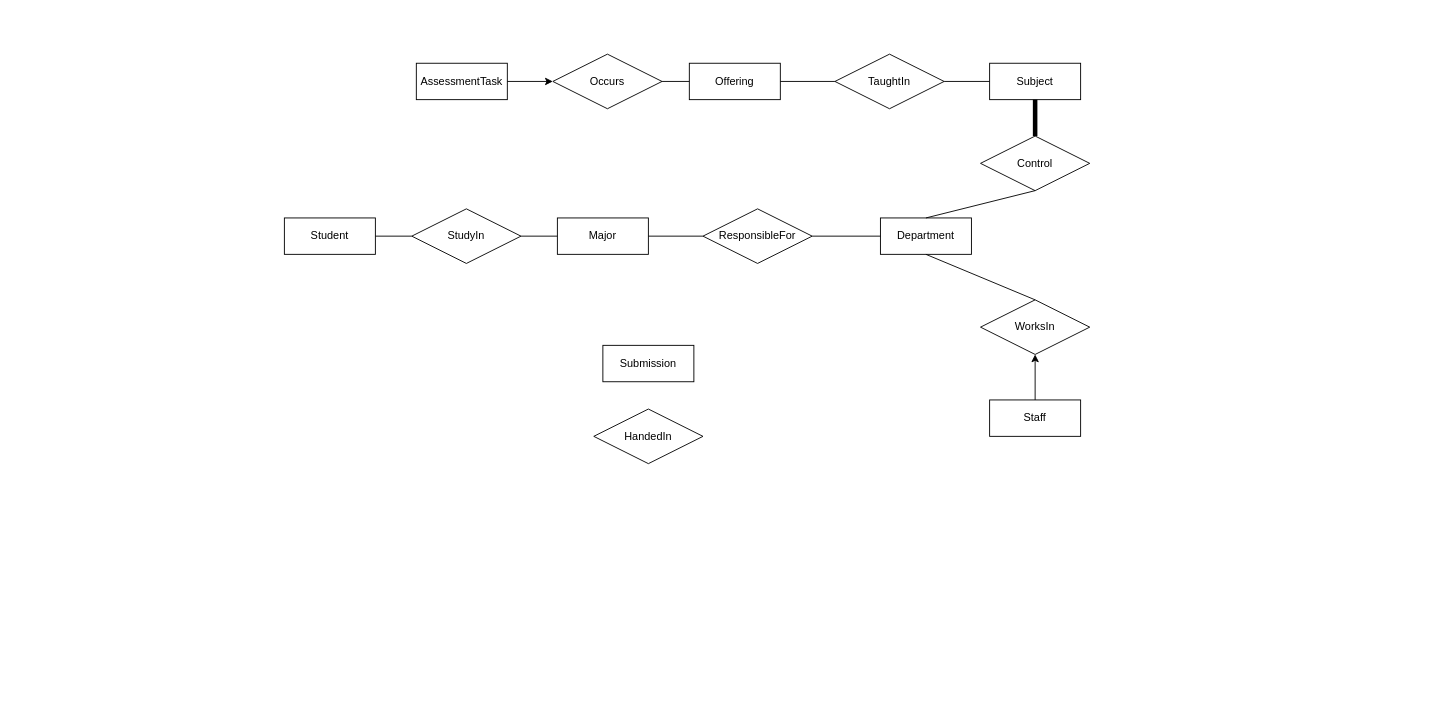
Earlier version of the draw.io diagram isys2120a2.drawio (NguyenChHieu/graphs). Source tidied: cells renumbered, new cells numbered last; positions are measured from the earlier drawing's top-left corner, leaving out a move shared by most shapes. Both pictures are drawn from the tidied source at 91%, with x=0, y=0 at pixel (284, 54).
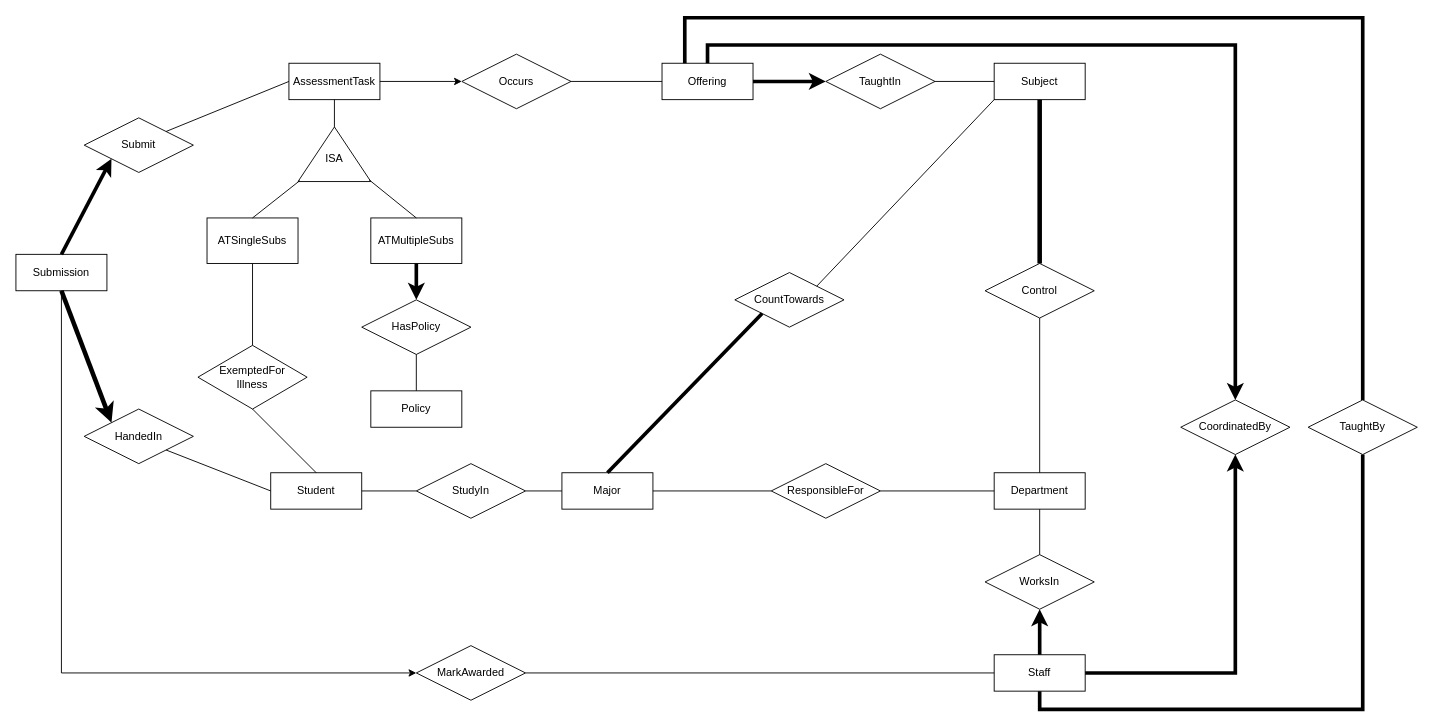
Above is the later version.

Change to the diagram source:
```diff
@@
     <mxCell id="2" value="Submission" style="whiteSpace=wrap;html=1;align=center;" parent="1" vertex="1">
-      <mxGeometry x="350" y="320" width="100" height="40" as="geometry" />
+      <mxGeometry x="-295" y="220" width="100" height="40" as="geometry" />
     </mxCell>
     <mxCell id="3" value="Student" style="whiteSpace=wrap;html=1;align=center;" parent="1" vertex="1">
-      <mxGeometry y="180" width="100" height="40" as="geometry" />
+      <mxGeometry x="-15" y="460" width="100" height="40" as="geometry" />
     </mxCell>
     <mxCell id="4" value="Staff" style="whiteSpace=wrap;html=1;align=center;" parent="1" vertex="1">
-      <mxGeometry x="775" y="380" width="100" height="40" as="geometry" />
+      <mxGeometry x="780" y="660" width="100" height="40" as="geometry" />
     </mxCell>
     <mxCell id="5" value="Offering" style="whiteSpace=wrap;html=1;align=center;" parent="1" vertex="1">
-      <mxGeometry x="445" y="10" width="100" height="40" as="geometry" />
+      <mxGeometry x="415" y="10" width="100" height="40" as="geometry" />
     </mxCell>
     <mxCell id="6" value="AssessmentTask" style="whiteSpace=wrap;html=1;align=center;" parent="1" vertex="1">
-      <mxGeometry x="145" y="10" width="100" height="40" as="geometry" />
+      <mxGeometry x="5" y="10" width="100" height="40" as="geometry" />
     </mxCell>
     <mxCell id="7" value="Subject" style="whiteSpace=wrap;html=1;align=center;" parent="1" vertex="1">
-      <mxGeometry x="775" y="10" width="100" height="40" as="geometry" />
+      <mxGeometry x="780" y="10" width="100" height="40" as="geometry" />
     </mxCell>
     <mxCell id="8" value="Department" style="whiteSpace=wrap;html=1;align=center;" parent="1" vertex="1">
-      <mxGeometry x="655" y="180" width="100" height="40" as="geometry" />
+      <mxGeometry x="780" y="460" width="100" height="40" as="geometry" />
     </mxCell>
     <mxCell id="9" value="Major" style="whiteSpace=wrap;html=1;align=center;" parent="1" vertex="1">
-      <mxGeometry x="300" y="180" width="100" height="40" as="geometry" />
+      <mxGeometry x="305" y="460" width="100" height="40" as="geometry" />
     </mxCell>
     <mxCell id="10" value="StudyIn" style="shape=rhombus;perimeter=rhombusPerimeter;whiteSpace=wrap;html=1;align=center;" parent="1" vertex="1">
-      <mxGeometry x="140" y="170" width="120" height="60" as="geometry" />
+      <mxGeometry x="145" y="450" width="120" height="60" as="geometry" />
     </mxCell>
@@
     <mxCell id="13" value="WorksIn" style="shape=rhombus;perimeter=rhombusPerimeter;whiteSpace=wrap;html=1;align=center;" parent="1" vertex="1">
-      <mxGeometry x="765" y="270" width="120" height="60" as="geometry" />
+      <mxGeometry x="770" y="550" width="120" height="60" as="geometry" />
     </mxCell>
@@
-    <mxCell id="15" style="endArrow=classic;html=1;rounded=0;entryX=0.5;entryY=1;entryDx=0;entryDy=0;exitX=0.5;exitY=0;exitDx=0;exitDy=0;" parent="1" edge="1" source="4" target="13">
+    <mxCell id="15" style="endArrow=classic;html=1;rounded=0;entryX=0.5;entryY=1;entryDx=0;entryDy=0;exitX=0.5;exitY=0;exitDx=0;exitDy=0;strokeWidth=4;" parent="1" edge="1" source="4" target="13">
       <mxGeometry relative="1" as="geometry" />
     </mxCell>
     <mxCell id="16" value="Control" style="shape=rhombus;perimeter=rhombusPerimeter;whiteSpace=wrap;html=1;align=center;" parent="1" vertex="1">
-      <mxGeometry x="765" y="90" width="120" height="60" as="geometry" />
+      <mxGeometry x="770" y="230" width="120" height="60" as="geometry" />
     </mxCell>
@@
     <mxCell id="19" value="HandedIn" style="shape=rhombus;perimeter=rhombusPerimeter;whiteSpace=wrap;html=1;align=center;" parent="1" vertex="1">
-      <mxGeometry x="340" y="390" width="120" height="60" as="geometry" />
+      <mxGeometry x="-220" y="390" width="120" height="60" as="geometry" />
     </mxCell>
     <mxCell id="20" value="Occurs" style="shape=rhombus;perimeter=rhombusPerimeter;whiteSpace=wrap;html=1;align=center;" parent="1" vertex="1">
-      <mxGeometry x="295" width="120" height="60" as="geometry" />
+      <mxGeometry x="195" width="120" height="60" as="geometry" />
     </mxCell>
@@
     <mxCell id="22" value="TaughtIn" style="shape=rhombus;perimeter=rhombusPerimeter;whiteSpace=wrap;html=1;align=center;" parent="1" vertex="1">
-      <mxGeometry x="605" width="120" height="60" as="geometry" />
+      <mxGeometry x="595" width="120" height="60" as="geometry" />
     </mxCell>
@@
-    <mxCell id="25" style="endArrow=none;html=1;rounded=0;exitX=1;exitY=0.5;exitDx=0;exitDy=0;entryX=0;entryY=0.5;entryDx=0;entryDy=0;" parent="1" edge="1" source="5" target="22">
-      <mxGeometry relative="1" as="geometry" />
-    </mxCell>
     <mxCell id="26" value="ResponsibleFor" style="shape=rhombus;perimeter=rhombusPerimeter;whiteSpace=wrap;html=1;align=center;" parent="1" vertex="1">
-      <mxGeometry x="460" y="170" width="120" height="60" as="geometry" />
+      <mxGeometry x="535" y="450" width="120" height="60" as="geometry" />
     </mxCell>
@@
+    <mxCell id="25" style="endArrow=classic;html=1;rounded=0;entryX=0;entryY=0.5;entryDx=0;entryDy=0;exitX=1;exitY=0.5;exitDx=0;exitDy=0;strokeWidth=4;" parent="1" edge="1" source="5" target="22">
+      <mxGeometry relative="1" as="geometry" />
+    </mxCell>
+    <mxCell id="29" value="ATSingleSubs" style="rounded=0;whiteSpace=wrap;html=1;" parent="1" vertex="1">
+      <mxGeometry x="-85" y="180" width="100" height="50" as="geometry" />
+    </mxCell>
+    <mxCell id="30" value="ATMultipleSubs" style="rounded=0;whiteSpace=wrap;html=1;" parent="1" vertex="1">
+      <mxGeometry x="95" y="180" width="100" height="50" as="geometry" />
+    </mxCell>
+    <mxCell id="31" style="triangle;whiteSpace=wrap;html=1;rotation=-90;" parent="1" vertex="1">
+      <mxGeometry x="25" y="70" width="60" height="80" as="geometry" />
+    </mxCell>
+    <mxCell id="32" value="ISA" style="text;html=1;align=center;verticalAlign=middle;whiteSpace=wrap;rounded=0;" parent="1" vertex="1">
+      <mxGeometry x="25" y="100" width="60" height="30" as="geometry" />
+    </mxCell>
+    <mxCell id="33" style="endArrow=none;html=1;rounded=0;exitX=0.5;exitY=0;exitDx=0;exitDy=0;entryX=0.017;entryY=0.025;entryDx=0;entryDy=0;entryPerimeter=0;" parent="1" edge="1" source="29" target="31">
+      <mxGeometry relative="1" as="geometry" />
+    </mxCell>
+    <mxCell id="34" style="endArrow=none;html=1;rounded=0;exitX=0.5;exitY=0;exitDx=0;exitDy=0;entryX=0.033;entryY=0.975;entryDx=0;entryDy=0;entryPerimeter=0;" parent="1" edge="1" source="30" target="31">
+      <mxGeometry relative="1" as="geometry" />
+    </mxCell>
+    <mxCell id="35" style="endArrow=none;html=1;rounded=0;exitX=1;exitY=0.5;exitDx=0;exitDy=0;entryX=0.5;entryY=1;entryDx=0;entryDy=0;" parent="1" edge="1" source="31" target="6">
+      <mxGeometry relative="1" as="geometry" />
+    </mxCell>
+    <mxCell id="36" value="Submit" style="shape=rhombus;perimeter=rhombusPerimeter;whiteSpace=wrap;html=1;align=center;" parent="1" vertex="1">
+      <mxGeometry x="-220" y="70" width="120" height="60" as="geometry" />
+    </mxCell>
+    <mxCell id="37" style="endArrow=none;html=1;rounded=0;exitX=1;exitY=0;exitDx=0;exitDy=0;entryX=0;entryY=0.5;entryDx=0;entryDy=0;" parent="1" edge="1" source="36" target="6">
+      <mxGeometry relative="1" as="geometry" />
+    </mxCell>
+    <mxCell id="38" style="endArrow=classic;html=1;rounded=0;exitX=0.5;exitY=0;exitDx=0;exitDy=0;entryX=0;entryY=1;entryDx=0;entryDy=0;strokeWidth=4;" parent="1" edge="1" source="2" target="36">
+      <mxGeometry relative="1" as="geometry" />
+    </mxCell>
+    <mxCell id="39" style="endArrow=none;html=1;rounded=0;exitX=1;exitY=1;exitDx=0;exitDy=0;entryX=0;entryY=0.5;entryDx=0;entryDy=0;" parent="1" edge="1" source="19" target="3">
+      <mxGeometry relative="1" as="geometry" />
+    </mxCell>
+    <mxCell id="40" style="endArrow=classic;html=1;rounded=0;exitX=0.5;exitY=1;exitDx=0;exitDy=0;entryX=0;entryY=0;entryDx=0;entryDy=0;strokeWidth=5;" parent="1" edge="1" source="2" target="19">
+      <mxGeometry relative="1" as="geometry" />
+    </mxCell>
+    <mxCell id="41" value="MarkAwarded" style="shape=rhombus;perimeter=rhombusPerimeter;whiteSpace=wrap;html=1;align=center;" parent="1" vertex="1">
+      <mxGeometry x="145" y="650" width="120" height="60" as="geometry" />
+    </mxCell>
+    <mxCell id="42" style="endArrow=classic;html=1;rounded=0;exitX=0.5;exitY=1;exitDx=0;exitDy=0;entryX=0;entryY=0.5;entryDx=0;entryDy=0;" parent="1" edge="1" source="2" target="41">
+      <mxGeometry relative="1" as="geometry">
+        <Array as="points">
+          <mxPoint x="-245" y="680" />
+        </Array>
+      </mxGeometry>
+    </mxCell>
+    <mxCell id="43" style="endArrow=none;html=1;rounded=0;exitX=1;exitY=0.5;exitDx=0;exitDy=0;entryX=0;entryY=0.5;entryDx=0;entryDy=0;" parent="1" edge="1" source="41" target="4">
+      <mxGeometry relative="1" as="geometry" />
+    </mxCell>
+    <mxCell id="44" value="ExemptedFor&lt;div&gt;Illness&lt;/div&gt;" style="shape=rhombus;perimeter=rhombusPerimeter;whiteSpace=wrap;html=1;align=center;" parent="1" vertex="1">
+      <mxGeometry x="-95" y="320" width="120" height="70" as="geometry" />
+    </mxCell>
+    <mxCell id="45" style="endArrow=none;html=1;rounded=0;exitX=0.5;exitY=0;exitDx=0;exitDy=0;entryX=0.5;entryY=1;entryDx=0;entryDy=0;" parent="1" edge="1" source="3" target="44">
+      <mxGeometry relative="1" as="geometry" />
+    </mxCell>
+    <mxCell id="46" style="endArrow=none;html=1;rounded=0;entryX=0.5;entryY=1;entryDx=0;entryDy=0;exitX=0.5;exitY=0;exitDx=0;exitDy=0;" parent="1" edge="1" source="44" target="29">
+      <mxGeometry relative="1" as="geometry" />
+    </mxCell>
+    <mxCell id="47" value="Policy" style="whiteSpace=wrap;html=1;align=center;" parent="1" vertex="1">
+      <mxGeometry x="95" y="370" width="100" height="40" as="geometry" />
+    </mxCell>
+    <mxCell id="48" value="HasPolicy" style="shape=rhombus;perimeter=rhombusPerimeter;whiteSpace=wrap;html=1;align=center;" parent="1" vertex="1">
+      <mxGeometry x="85" y="270" width="120" height="60" as="geometry" />
+    </mxCell>
+    <mxCell id="49" style="endArrow=none;html=1;rounded=0;exitX=0.5;exitY=0;exitDx=0;exitDy=0;entryX=0.5;entryY=1;entryDx=0;entryDy=0;" parent="1" edge="1" source="47" target="48">
+      <mxGeometry relative="1" as="geometry" />
+    </mxCell>
+    <mxCell id="50" style="endArrow=classic;html=1;rounded=0;exitX=0.5;exitY=1;exitDx=0;exitDy=0;entryX=0.5;entryY=0;entryDx=0;entryDy=0;strokeWidth=4;" parent="1" edge="1" source="30" target="48">
+      <mxGeometry relative="1" as="geometry" />
+    </mxCell>
+    <mxCell id="51" value="CountTowards" style="shape=rhombus;perimeter=rhombusPerimeter;whiteSpace=wrap;html=1;align=center;" parent="1" vertex="1">
+      <mxGeometry x="495" y="240" width="120" height="60" as="geometry" />
+    </mxCell>
+    <mxCell id="52" style="endArrow=none;html=1;rounded=0;exitX=0.5;exitY=0;exitDx=0;exitDy=0;entryX=0;entryY=1;entryDx=0;entryDy=0;strokeWidth=4;" parent="1" edge="1" source="9" target="51">
+      <mxGeometry relative="1" as="geometry" />
+    </mxCell>
+    <mxCell id="53" style="endArrow=none;html=1;rounded=0;entryX=0;entryY=1;entryDx=0;entryDy=0;exitX=1;exitY=0;exitDx=0;exitDy=0;" parent="1" edge="1" source="51" target="7">
+      <mxGeometry relative="1" as="geometry" />
+    </mxCell>
+    <mxCell id="54" value="CoordinatedBy" style="shape=rhombus;perimeter=rhombusPerimeter;whiteSpace=wrap;html=1;align=center;" parent="1" vertex="1">
+      <mxGeometry x="985" y="380" width="120" height="60" as="geometry" />
+    </mxCell>
+    <mxCell id="55" style="endArrow=classic;html=1;rounded=0;exitX=1;exitY=0.5;exitDx=0;exitDy=0;entryX=0.5;entryY=1;entryDx=0;entryDy=0;strokeWidth=4;" parent="1" edge="1" source="4" target="54">
+      <mxGeometry relative="1" as="geometry">
+        <Array as="points">
+          <mxPoint x="1045" y="680" />
+        </Array>
+      </mxGeometry>
+    </mxCell>
+    <mxCell id="56" style="endArrow=classic;html=1;rounded=0;exitX=0.5;exitY=0;exitDx=0;exitDy=0;entryX=0.5;entryY=0;entryDx=0;entryDy=0;strokeWidth=4;" parent="1" edge="1" source="5" target="54">
+      <mxGeometry relative="1" as="geometry">
+        <Array as="points">
+          <mxPoint x="465" y="-10" />
+          <mxPoint x="1045" y="-10" />
+        </Array>
+      </mxGeometry>
+    </mxCell>
+    <mxCell id="57" value="TaughtBy" style="shape=rhombus;perimeter=rhombusPerimeter;whiteSpace=wrap;html=1;align=center;" parent="1" vertex="1">
+      <mxGeometry x="1125" y="380" width="120" height="60" as="geometry" />
+    </mxCell>
+    <mxCell id="58" style="endArrow=none;html=1;rounded=0;exitX=0.5;exitY=1;exitDx=0;exitDy=0;entryX=0.5;entryY=1;entryDx=0;entryDy=0;strokeWidth=4;" parent="1" edge="1" source="4" target="57">
+      <mxGeometry relative="1" as="geometry">
+        <Array as="points">
+          <mxPoint x="830" y="720" />
+          <mxPoint x="1185" y="720" />
+        </Array>
+      </mxGeometry>
+    </mxCell>
+    <mxCell id="59" style="endArrow=none;html=1;rounded=0;exitX=0.5;exitY=0;exitDx=0;exitDy=0;entryX=0.25;entryY=0;entryDx=0;entryDy=0;strokeWidth=4;" parent="1" edge="1" source="57" target="5">
+      <mxGeometry relative="1" as="geometry">
+        <Array as="points">
+          <mxPoint x="1185" y="-40" />
+          <mxPoint x="440" y="-40" />
+        </Array>
+      </mxGeometry>
+    </mxCell>
```
